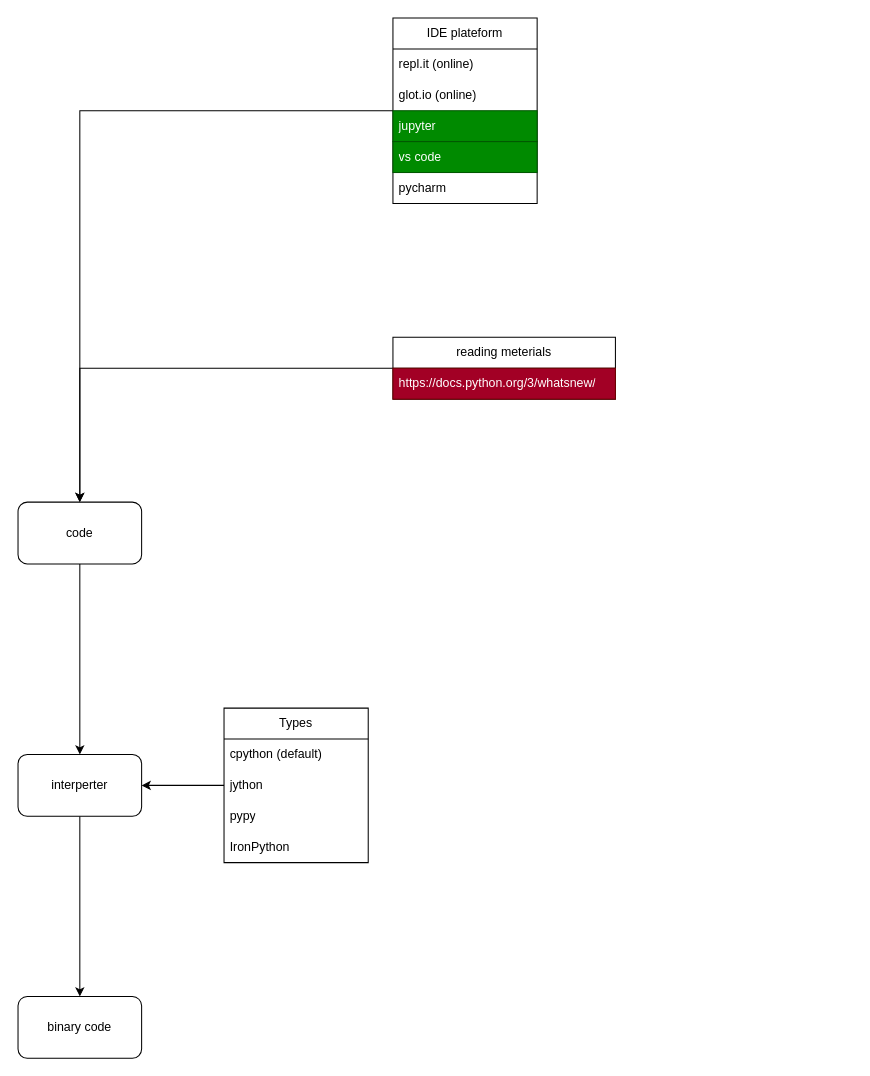
The draw.io diagram page "intro" (1 of 2) of python/python.drawio in Mini-Pingu/math_physics, before the edit. Source tidied: cells renumbered, new cells numbered last; positions are measured from the earlier drawing's top-left corner, leaving out a move shared by most shapes. Both pictures are drawn from the tidied source at 103%, with x=0, y=0 at pixel (18, 18).
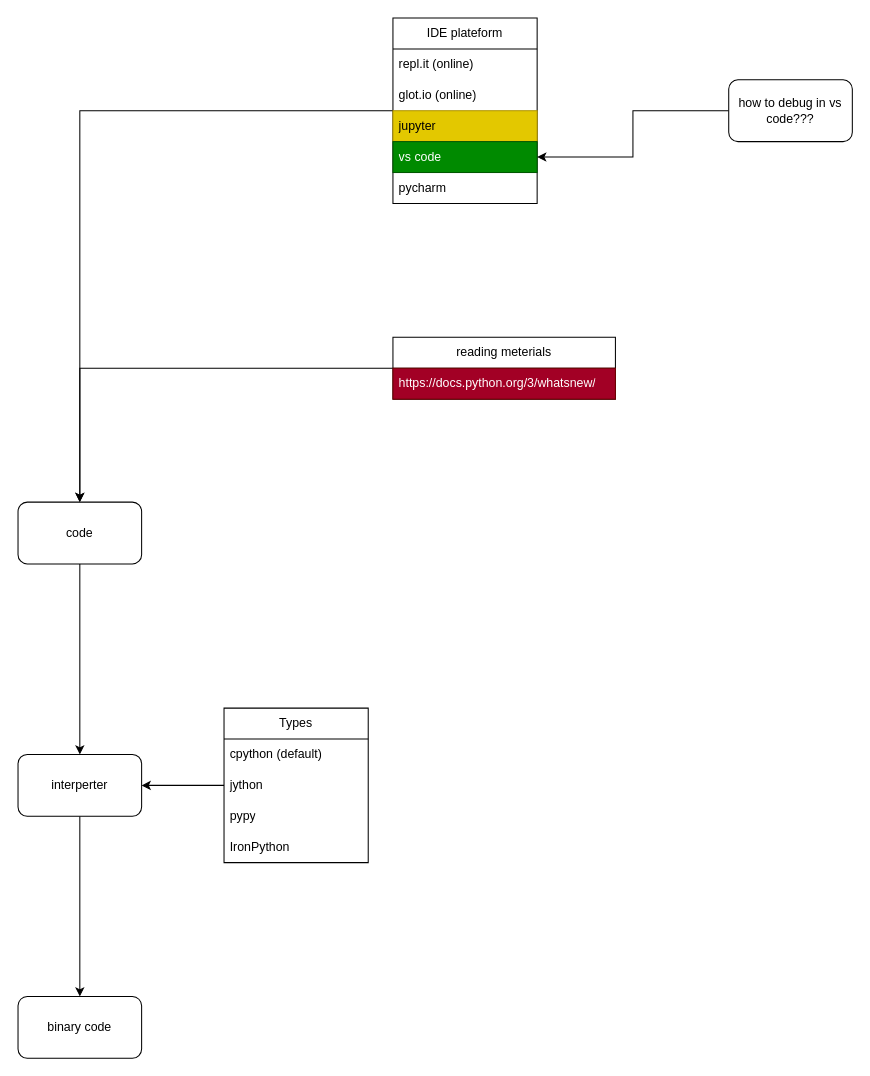
The same page after the edit.

The change refers to these unchanged cells:
```xml
<mxCell id="14" value="&lt;div&gt;IDE plateform&lt;/div&gt;" style="swimlane;fontStyle=0;horizontal=1;startSize=30;whiteSpace=wrap;html=1;" parent="1" vertex="1">
  <mxGeometry x="364" width="140" height="180" as="geometry" />
</mxCell>
<mxCell id="18" value="&lt;span style=&quot;text-align: center;&quot;&gt;vs code&lt;/span&gt;" style="text;strokeColor=#005700;fillColor=#008a00;align=left;verticalAlign=middle;spacingLeft=4;spacingRight=4;overflow=hidden;points=[[0,0.5],[1,0.5]];portConstraint=eastwest;whiteSpace=wrap;html=1;fontColor=#ffffff;" parent="14" vertex="1">
  <mxGeometry y="120" width="140" height="30" as="geometry" />
</mxCell>
```

The edit, as a diff of the source:
```diff
@@
-    <mxCell id="17" value="&lt;span style=&quot;text-align: center;&quot;&gt;jupyter&lt;/span&gt;" style="text;strokeColor=#005700;fillColor=#008a00;align=left;verticalAlign=middle;spacingLeft=4;spacingRight=4;overflow=hidden;whiteSpace=wrap;html=1;fontColor=#ffffff;" parent="14" vertex="1">
+    <mxCell id="17" value="&lt;span style=&quot;text-align: center;&quot;&gt;jupyter&lt;/span&gt;" style="text;strokeColor=#B09500;fillColor=#e3c800;align=left;verticalAlign=middle;spacingLeft=4;spacingRight=4;overflow=hidden;whiteSpace=wrap;html=1;fontColor=#000000;" parent="14" vertex="1">
       <mxGeometry y="90" width="140" height="30" as="geometry" />
     </mxCell>
@@
+    <mxCell id="23" style="edgeStyle=orthogonalEdgeStyle;rounded=0;jettySize=auto;html=1;" parent="1" edge="1" source="24" target="18">
+      <mxGeometry relative="1" as="geometry" />
+    </mxCell>
+    <mxCell id="24" value="how to debug in vs code???" style="rounded=1;whiteSpace=wrap;html=1;" parent="1" vertex="1">
+      <mxGeometry x="690" y="60" width="120" height="60" as="geometry" />
+    </mxCell>
```
